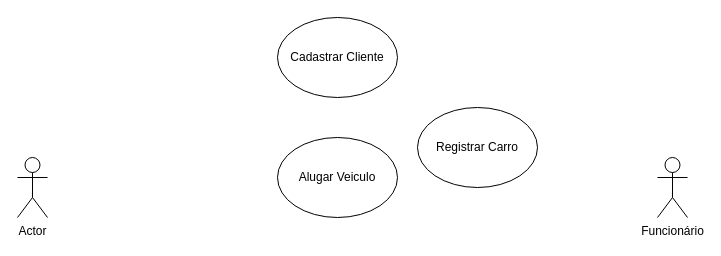
ArcanjoDaGuarda/AnjoProjetos keeps this draw.io diagram as locação de veiculos.drawio. Above is the earlier version. Source tidied: cells renumbered, new cells numbered last; positions are measured from the earlier drawing's top-left corner, leaving out a move shared by most shapes. Both pictures are drawn from the tidied source at 100%, with x=0, y=0 at pixel (17, 17).
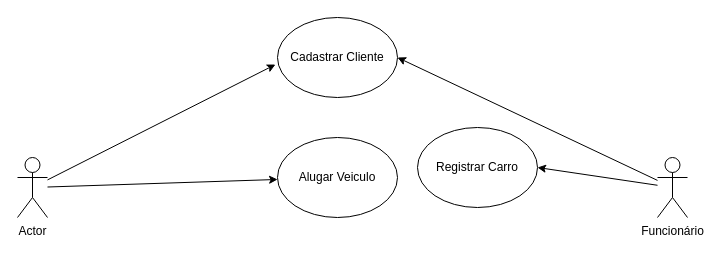
The same page after the edit.

Change to the diagram source:
```diff
@@
 <mxGraphModel>
   <root>
     <mxCell id="0" />
     <mxCell id="1" parent="0" />
     <mxCell id="2" value="Actor" style="shape=umlActor;verticalLabelPosition=bottom;verticalAlign=top;html=1;outlineConnect=0;" parent="1" vertex="1">
       <mxGeometry y="140" width="30" height="60" as="geometry" />
     </mxCell>
     <mxCell id="3" value="Cadastrar Cliente" style="ellipse;whiteSpace=wrap;html=1;" parent="1" vertex="1">
       <mxGeometry x="260" width="120" height="80" as="geometry" />
     </mxCell>
     <mxCell id="4" value="Registrar Carro" style="ellipse;whiteSpace=wrap;html=1;" parent="1" vertex="1">
-      <mxGeometry x="400" y="90" width="120" height="80" as="geometry" />
+      <mxGeometry x="400" y="110" width="120" height="80" as="geometry" />
     </mxCell>
     <mxCell id="5" value="Funcionário" style="shape=umlActor;verticalLabelPosition=bottom;verticalAlign=top;html=1;outlineConnect=0;" parent="1" vertex="1">
       <mxGeometry x="640" y="140" width="30" height="60" as="geometry" />
     </mxCell>
     <mxCell id="6" value="Alugar Veiculo" style="ellipse;whiteSpace=wrap;html=1;" parent="1" vertex="1">
       <mxGeometry x="260" y="120" width="120" height="80" as="geometry" />
     </mxCell>
+    <mxCell id="7" style="endArrow=classic;html=1;rounded=0;entryX=-0.017;entryY=0.588;entryDx=0;entryDy=0;entryPerimeter=0;" parent="1" edge="1" source="2" target="3">
+      <mxGeometry relative="1" as="geometry" />
+    </mxCell>
+    <mxCell id="8" style="endArrow=classic;html=1;rounded=0;entryX=1;entryY=0.5;entryDx=0;entryDy=0;" parent="1" edge="1" source="5" target="3">
+      <mxGeometry relative="1" as="geometry" />
+    </mxCell>
+    <mxCell id="9" style="endArrow=classic;html=1;rounded=0;entryX=1;entryY=0.5;entryDx=0;entryDy=0;" parent="1" edge="1" source="5" target="4">
+      <mxGeometry relative="1" as="geometry" />
+    </mxCell>
+    <mxCell id="10" style="endArrow=classic;html=1;rounded=0;" parent="1" edge="1" source="2" target="6">
+      <mxGeometry relative="1" as="geometry" />
+    </mxCell>
   </root>
 </mxGraphModel>
```
